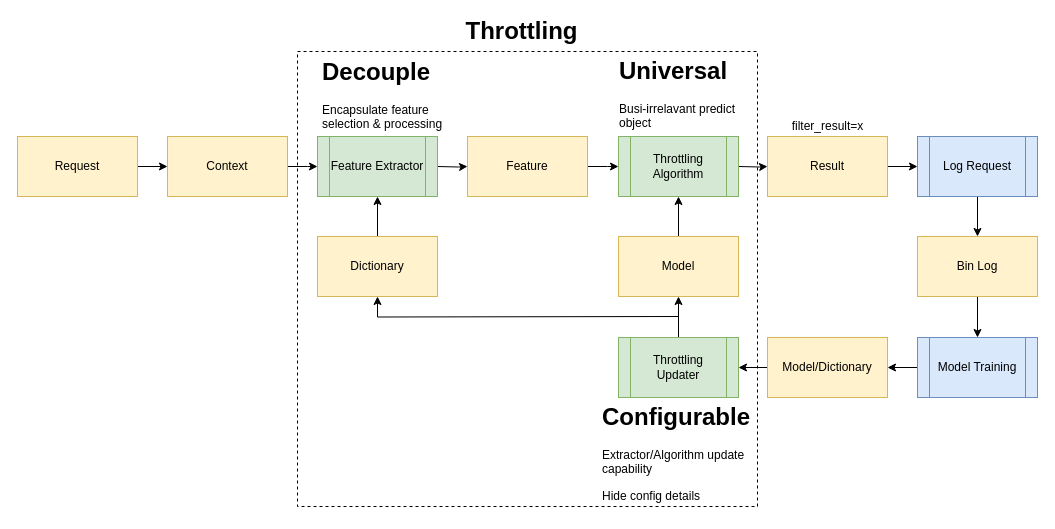
Before: page "Page-6" (6 of 6) of news.drawio in d0ngjun/drawio, a draw.io diagram. Source tidied: cells renumbered, new cells numbered last; positions are measured from the earlier drawing's top-left corner, leaving out a move shared by most shapes. Both pictures are drawn from the tidied source at 100%, with x=0, y=0 at pixel (17, 21).
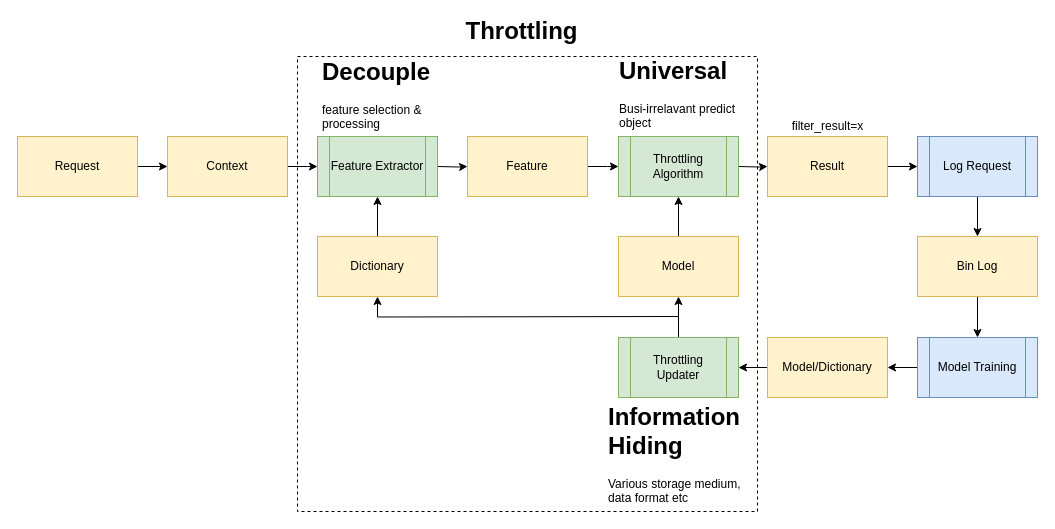
Above is the later version.

What changed in the source:
```diff
@@
-    <mxCell id="30" value="&lt;h1&gt;Decouple&lt;/h1&gt;&lt;p&gt;Encapsulate feature selection &amp;amp; processing&lt;/p&gt;" style="text;html=1;strokeColor=none;fillColor=none;spacing=5;spacingTop=-20;whiteSpace=wrap;overflow=hidden;rounded=0;" parent="1" vertex="1">
+    <mxCell id="30" value="&lt;h1&gt;Decouple&lt;/h1&gt;&lt;p&gt;feature selection &amp;amp; processing&lt;/p&gt;" style="text;html=1;strokeColor=none;fillColor=none;spacing=5;spacingTop=-20;whiteSpace=wrap;overflow=hidden;rounded=0;" parent="1" vertex="1">
       <mxGeometry x="300" y="31" width="163" height="80" as="geometry" />
     </mxCell>
@@
-    <mxCell id="32" value="&lt;h1&gt;Configurable&lt;/h1&gt;&lt;p&gt;Extractor/Algorithm update capability&lt;/p&gt;&lt;div class=&quot;O0&quot; style=&quot;margin-top: 0pt ; margin-bottom: 0pt ; margin-left: 0.38in ; text-indent: -0.38in&quot;&gt;Hide config details&lt;/div&gt;" style="text;html=1;strokeColor=none;fillColor=none;spacing=5;spacingTop=-20;whiteSpace=wrap;overflow=hidden;rounded=0;" parent="1" vertex="1">
-      <mxGeometry x="580" y="376" width="163.5" height="109" as="geometry" />
+    <mxCell id="32" value="&lt;h1&gt;Information Hiding&lt;/h1&gt;&lt;p&gt;Various storage medium, data format etc&lt;/p&gt;" style="text;html=1;strokeColor=none;fillColor=none;spacing=5;spacingTop=-20;whiteSpace=wrap;overflow=hidden;rounded=0;" parent="1" vertex="1">
+      <mxGeometry x="586" y="376" width="150" height="109" as="geometry" />
     </mxCell>
     <mxCell id="33" style="rounded=0;whiteSpace=wrap;html=1;dashed=1;fillColor=none;" parent="1" vertex="1">
-      <mxGeometry x="280" y="30" width="460" height="455" as="geometry" />
+      <mxGeometry x="280" y="35" width="460" height="455" as="geometry" />
     </mxCell>
```
